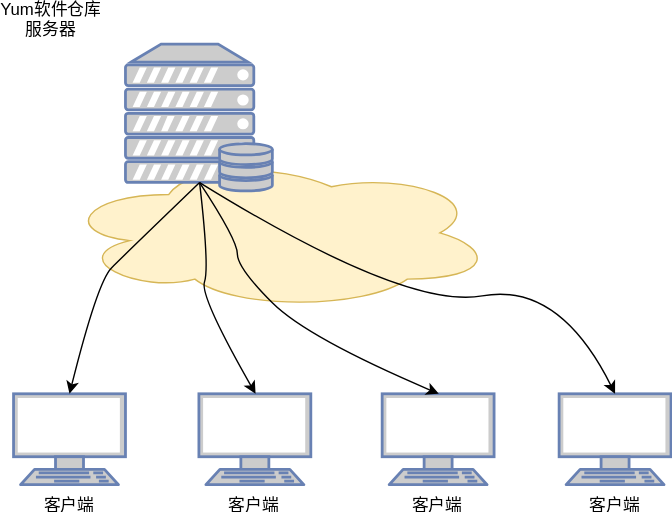
This is Yum软件仓库技术拓扑图.svg from Galahad-moye/diagrams, a draw.io export, as it was before one commit. Source tidied: cells renumbered, new cells last; positions are measured from the earlier drawing's top-left corner, leaving out a move shared by most shapes.
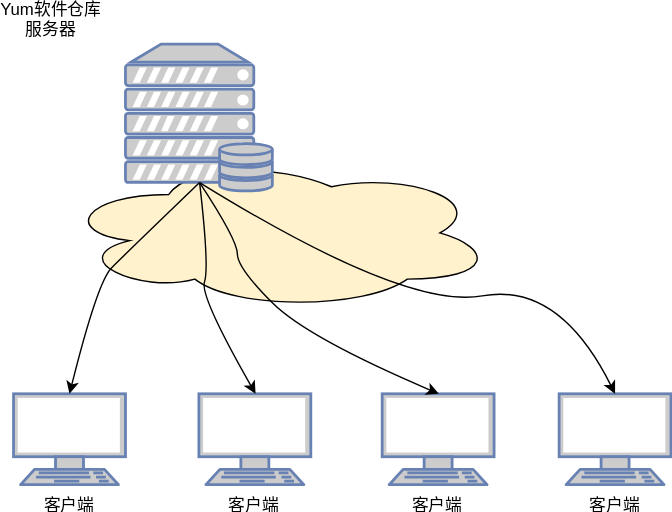
After the commit.

Commit message:
Added Yum软件仓库技术拓扑图.svg

Diff of the diagram source:
```diff
@@ -2,7 +2,7 @@
   <root>
     <mxCell id="0" />
     <mxCell id="1" parent="0" />
-    <mxCell id="2" style="ellipse;shape=cloud;whiteSpace=wrap;html=1;fillColor=#fff2cc;align=center;strokeColor=#d6b656;" parent="1" vertex="1">
+    <mxCell id="2" style="ellipse;shape=cloud;whiteSpace=wrap;html=1;fillColor=#fff2cc;align=center;strokeColor=#000000;" parent="1" vertex="1">
       <mxGeometry x="33.5" y="80" width="310" height="110" as="geometry" />
     </mxCell>
     <mxCell id="3" value="&lt;font color=&quot;#000000&quot;&gt;Yum软件仓库&lt;br&gt;服务器&lt;/font&gt;" style="fontColor=#0066CC;verticalAlign=bottom;verticalLabelPosition=top;labelPosition=left;align=center;html=1;outlineConnect=0;fillColor=#CCCCCC;strokeColor=#6881B3;gradientColor=none;gradientDirection=north;strokeWidth=2;shape=mxgraph.networks.server_storage;" parent="1" vertex="1">
```
